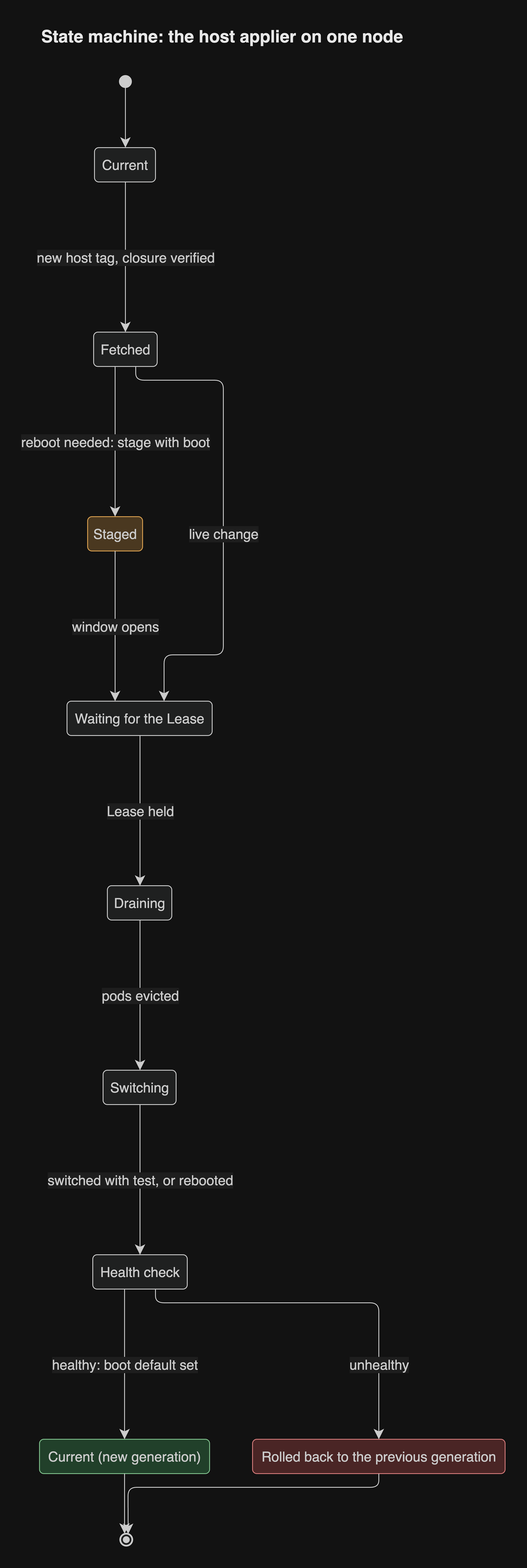
Before: docs/diagrams/png/state-host-applier.png, a diagram exported from draw.io (JorisJonkers-dev/estate-kit). Source tidied: cells renumbered, new cells last; positions are measured from the earlier drawing's top-left corner, leaving out a move shared by most shapes.
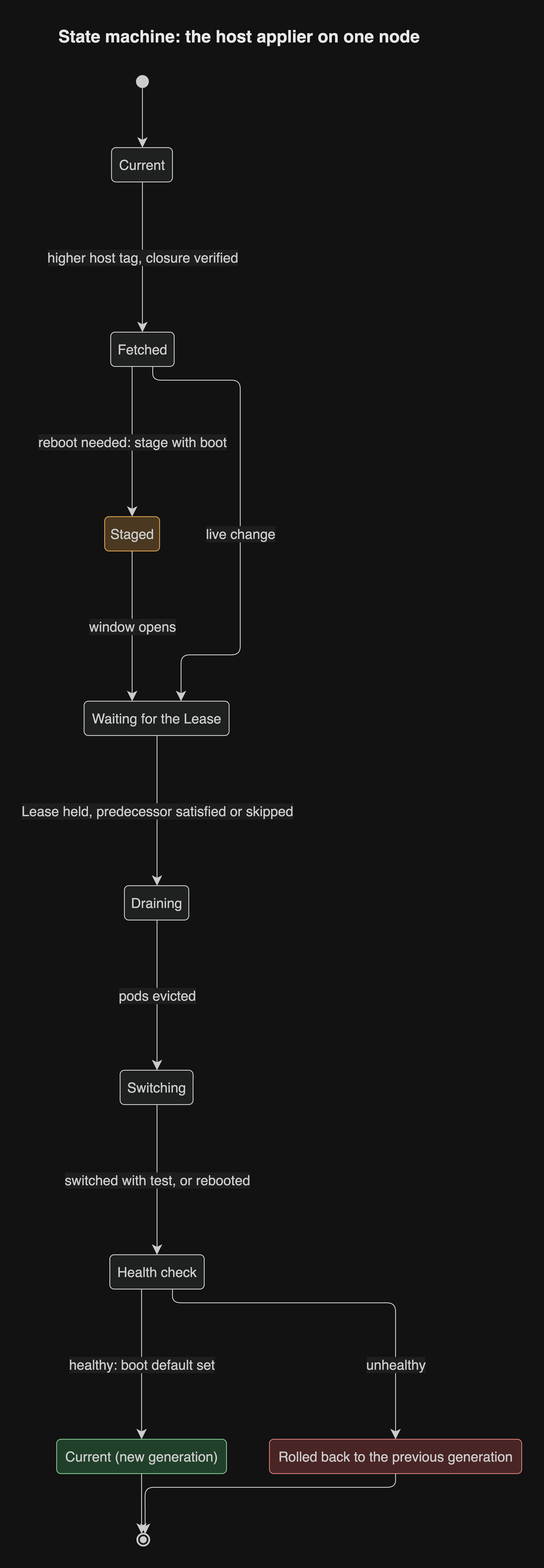
Later version of the same file.

What changed in the source:
```diff
@@ -42,7 +42,7 @@
         </Array>
       </mxGeometry>
     </mxCell>
-    <mxCell id="14" value="new host tag, closure verified" style="curved=0;startArrow=none;endArrow=classic;endSize=9;fillColor=none;strokeColor=light-dark(#333333,#cccccc);html=1;fontSize=16;fontColor=light-dark(#333333,#cccccc);rounded=1;exitX=0.507;exitY=1;entryX=0.5;entryY=0;edgeStyle=orthogonalEdgeStyle;fontFamily=Helvetica;labelBackgroundColor=light-dark(#ffffff,#1e1e1e);" parent="1" edge="1" source="7" target="8">
+    <mxCell id="14" value="higher host tag, closure verified" style="curved=0;startArrow=none;endArrow=classic;endSize=9;fillColor=none;strokeColor=light-dark(#333333,#cccccc);html=1;fontSize=16;fontColor=light-dark(#333333,#cccccc);rounded=1;exitX=0.507;exitY=1;entryX=0.5;entryY=0;edgeStyle=orthogonalEdgeStyle;fontFamily=Helvetica;labelBackgroundColor=light-dark(#ffffff,#1e1e1e);" parent="1" edge="1" source="7" target="8">
       <mxGeometry relative="1" as="geometry">
         <Array as="points">
           <mxPoint x="100" y="275.5" />
@@ -74,7 +74,7 @@
         <mxPoint y="16.5" as="offset" />
       </mxGeometry>
     </mxCell>
-    <mxCell id="18" value="Lease held" style="curved=0;startArrow=none;endArrow=classic;endSize=9;fillColor=none;strokeColor=light-dark(#333333,#cccccc);html=1;fontSize=16;fontColor=light-dark(#333333,#cccccc);rounded=1;exitX=0.503;exitY=1;entryX=0.5067;entryY=0;edgeStyle=orthogonalEdgeStyle;fontFamily=Helvetica;labelBackgroundColor=light-dark(#ffffff,#1e1e1e);" parent="1" edge="1" source="2" target="10">
+    <mxCell id="18" value="Lease held, predecessor satisfied or skipped" style="curved=0;startArrow=none;endArrow=classic;endSize=9;fillColor=none;strokeColor=light-dark(#333333,#cccccc);html=1;fontSize=16;fontColor=light-dark(#333333,#cccccc);rounded=1;exitX=0.503;exitY=1;entryX=0.5067;entryY=0;edgeStyle=orthogonalEdgeStyle;fontFamily=Helvetica;labelBackgroundColor=light-dark(#ffffff,#1e1e1e);" parent="1" edge="1" source="2" target="10">
       <mxGeometry relative="1" as="geometry">
         <Array as="points">
           <mxPoint x="117" y="920.5" />
```
